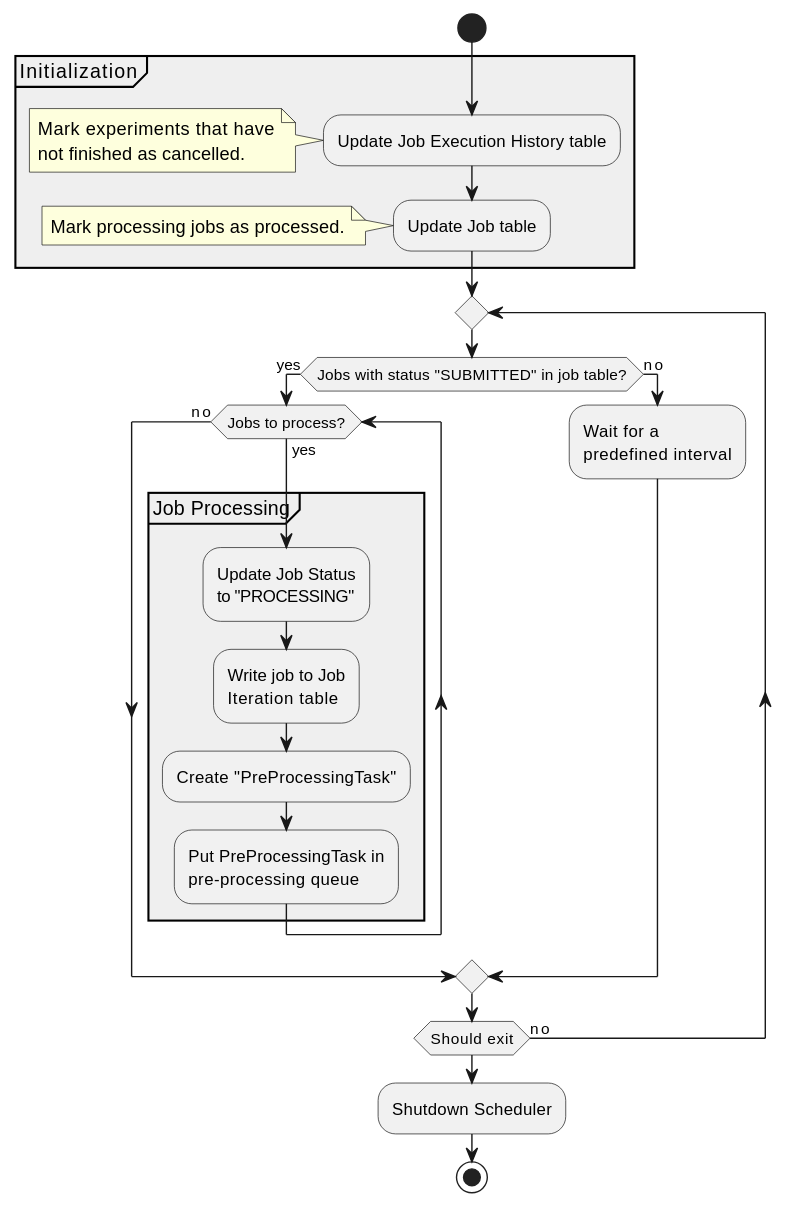
This is docs/plantuml_diagrams/scheduler.svg from tiqi-group/icon, a PlantUML export, as it was before one commit.
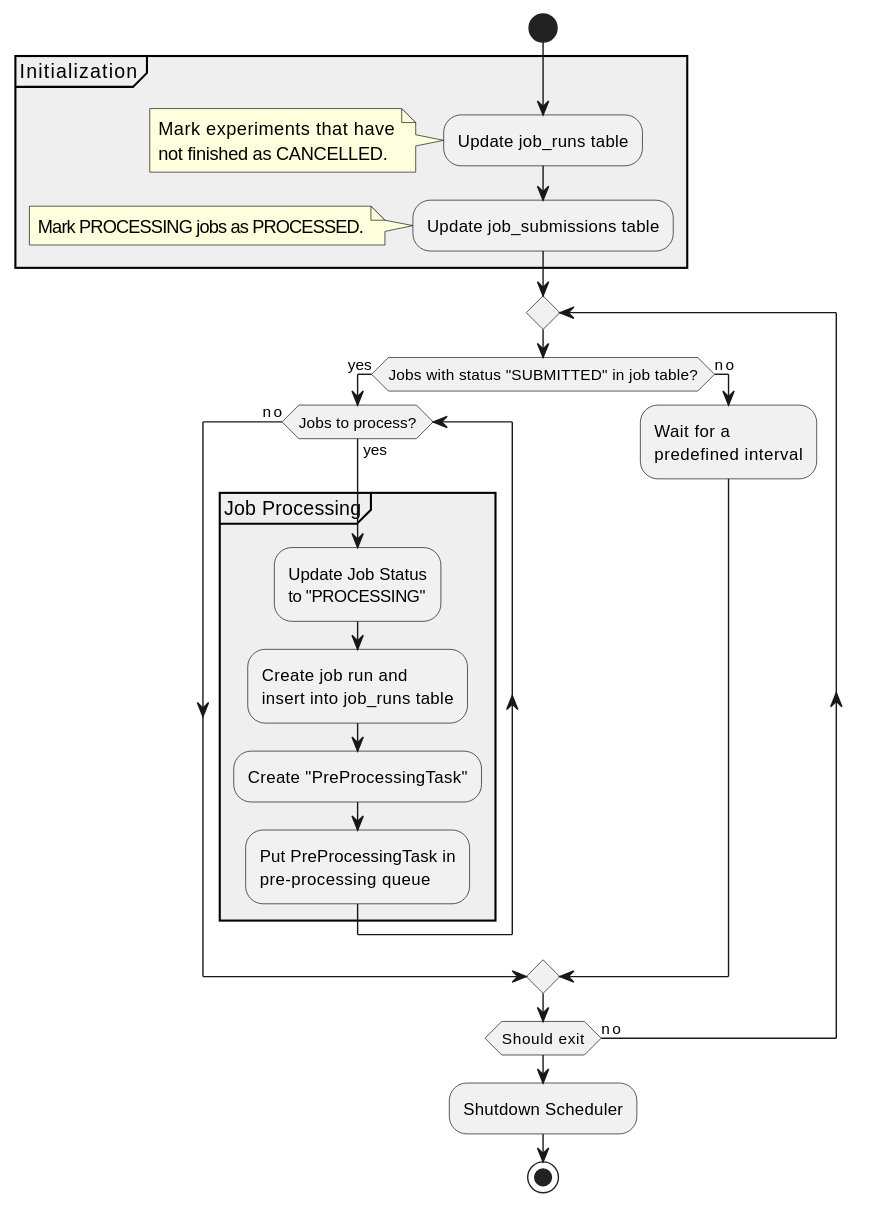
Later version of the same file.

Commit message:
updates scheduler diagram

The edit, as a diff of the source:
```diff
@@ -2,14 +2,14 @@
 
 start
 partition #00000010 Initialization {
-    :Update Job Execution History table;
+    :Update job_runs table;
     note left
         Mark experiments that have
-        not finished as cancelled.
+        not finished as CANCELLED.
     end note
-    :Update Job table;
+    :Update job_submissions table;
     note left
-        Mark processing jobs as processed.
+        Mark PROCESSING jobs as PROCESSED.
     end note
 }
 repeat
@@ -18,8 +18,8 @@
             partition #00000010 Job Processing {
                 :Update Job Status
                 to "PROCESSING";
-                :Write job to Job
-                Iteration table;
+                :Create job run and
+                insert into job_runs table;
                 :Create "PreProcessingTask";
                 :Put PreProcessingTask in
                 pre-processing queue;
```
